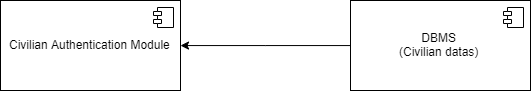
marcuz1996/Software-Engineering-Project keeps this draw.io diagram as DD/images/Integration/BasicIntegrationChart1.png. Above is the earlier version. Source tidied: cells renumbered, new cells last; positions are measured from the earlier drawing's top-left corner, leaving out a move shared by most shapes.
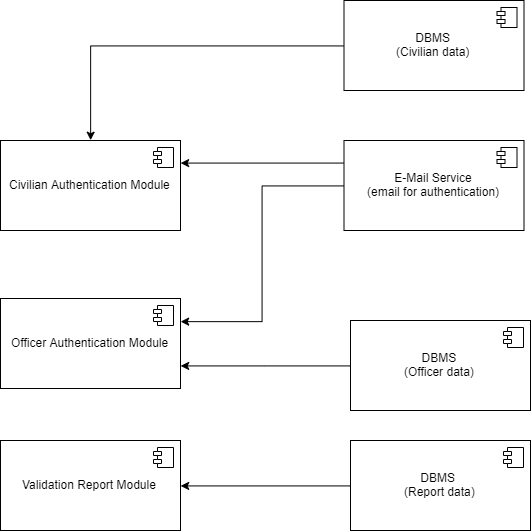
After the commit.

Change to the diagram source:
```diff
@@ -2,24 +2,76 @@
   <root>
     <mxCell id="0" />
     <mxCell id="1" parent="0" />
-    <mxCell id="2" value="Civilian Authentication Module" style="html=1;" parent="1" vertex="1">
-      <mxGeometry width="180" height="90" as="geometry" />
+    <mxCell id="2" value="Officer Authentication Module" style="html=1;" parent="1" vertex="1">
+      <mxGeometry y="68" width="180" height="90" as="geometry" />
     </mxCell>
     <mxCell id="3" style="shape=component;jettyWidth=8;jettyHeight=4;" parent="2" vertex="1">
       <mxGeometry x="1" width="20" height="20" relative="1" as="geometry">
         <mxPoint x="-27" y="7" as="offset" />
       </mxGeometry>
     </mxCell>
-    <mxCell id="4" style="edgeStyle=orthogonalEdgeStyle;rounded=0;jettySize=auto;html=1;entryX=1;entryY=0.5;entryDx=0;entryDy=0;" parent="1" edge="1" source="5" target="2">
+    <mxCell id="4" style="edgeStyle=orthogonalEdgeStyle;rounded=0;jettySize=auto;html=1;entryX=1;entryY=0.75;entryDx=0;entryDy=0;" parent="1" edge="1" source="5" target="2">
       <mxGeometry relative="1" as="geometry" />
     </mxCell>
-    <mxCell id="5" value="DBMS&lt;br&gt;(Civilian datas)" style="html=1;" parent="1" vertex="1">
-      <mxGeometry x="350" width="180" height="90" as="geometry" />
+    <mxCell id="5" value="DBMS&lt;br&gt;(Officer data)" style="html=1;" parent="1" vertex="1">
+      <mxGeometry x="350" y="90" width="180" height="90" as="geometry" />
     </mxCell>
     <mxCell id="6" style="shape=component;jettyWidth=8;jettyHeight=4;" parent="5" vertex="1">
       <mxGeometry x="1" width="20" height="20" relative="1" as="geometry">
         <mxPoint x="-27" y="7" as="offset" />
       </mxGeometry>
     </mxCell>
+    <mxCell id="7" style="edgeStyle=orthogonalEdgeStyle;rounded=0;jettySize=auto;html=1;entryX=1;entryY=0.25;entryDx=0;entryDy=0;" parent="1" edge="1" source="8" target="2">
+      <mxGeometry relative="1" as="geometry" />
+    </mxCell>
+    <mxCell id="8" value="E-Mail Service&lt;br&gt;(email for authentication)" style="html=1;" parent="1" vertex="1">
+      <mxGeometry x="343.5" y="-90" width="180" height="90" as="geometry" />
+    </mxCell>
+    <mxCell id="9" style="shape=component;jettyWidth=8;jettyHeight=4;" parent="8" vertex="1">
+      <mxGeometry x="1" width="20" height="20" relative="1" as="geometry">
+        <mxPoint x="-27" y="7" as="offset" />
+      </mxGeometry>
+    </mxCell>
+    <mxCell id="10" style="edgeStyle=orthogonalEdgeStyle;rounded=0;jettySize=auto;html=1;exitX=0;exitY=0.25;exitDx=0;exitDy=0;entryX=1;entryY=0.25;entryDx=0;entryDy=0;" parent="1" edge="1" source="8" target="11">
+      <mxGeometry relative="1" as="geometry" />
+    </mxCell>
+    <mxCell id="11" value="Civilian Authentication Module" style="html=1;" parent="1" vertex="1">
+      <mxGeometry y="-90" width="180" height="90" as="geometry" />
+    </mxCell>
+    <mxCell id="12" style="shape=component;jettyWidth=8;jettyHeight=4;" parent="11" vertex="1">
+      <mxGeometry x="1" width="20" height="20" relative="1" as="geometry">
+        <mxPoint x="-27" y="7" as="offset" />
+      </mxGeometry>
+    </mxCell>
+    <mxCell id="13" style="edgeStyle=orthogonalEdgeStyle;rounded=0;jettySize=auto;html=1;exitX=0;exitY=0.5;exitDx=0;exitDy=0;entryX=0.5;entryY=0;entryDx=0;entryDy=0;" parent="1" edge="1" source="14" target="11">
+      <mxGeometry relative="1" as="geometry" />
+    </mxCell>
+    <mxCell id="14" value="DBMS&lt;br&gt;(Civilian data)" style="html=1;" parent="1" vertex="1">
+      <mxGeometry x="343.5" y="-230" width="180" height="90" as="geometry" />
+    </mxCell>
+    <mxCell id="15" style="shape=component;jettyWidth=8;jettyHeight=4;" parent="14" vertex="1">
+      <mxGeometry x="1" width="20" height="20" relative="1" as="geometry">
+        <mxPoint x="-27" y="7" as="offset" />
+      </mxGeometry>
+    </mxCell>
+    <mxCell id="16" value="Validation Report Module" style="html=1;" parent="1" vertex="1">
+      <mxGeometry y="210" width="180" height="90" as="geometry" />
+    </mxCell>
+    <mxCell id="17" style="shape=component;jettyWidth=8;jettyHeight=4;" parent="16" vertex="1">
+      <mxGeometry x="1" width="20" height="20" relative="1" as="geometry">
+        <mxPoint x="-27" y="7" as="offset" />
+      </mxGeometry>
+    </mxCell>
+    <mxCell id="18" style="edgeStyle=orthogonalEdgeStyle;rounded=0;jettySize=auto;html=1;exitX=0;exitY=0.5;exitDx=0;exitDy=0;entryX=1;entryY=0.5;entryDx=0;entryDy=0;" parent="1" edge="1" source="19" target="16">
+      <mxGeometry relative="1" as="geometry" />
+    </mxCell>
+    <mxCell id="19" value="DBMS&amp;nbsp;&lt;br&gt;(Report data)" style="html=1;" parent="1" vertex="1">
+      <mxGeometry x="350" y="210" width="180" height="90" as="geometry" />
+    </mxCell>
+    <mxCell id="20" style="shape=component;jettyWidth=8;jettyHeight=4;" parent="19" vertex="1">
+      <mxGeometry x="1" width="20" height="20" relative="1" as="geometry">
+        <mxPoint x="-27" y="7" as="offset" />
+      </mxGeometry>
+    </mxCell>
   </root>
 </mxGraphModel>
```
